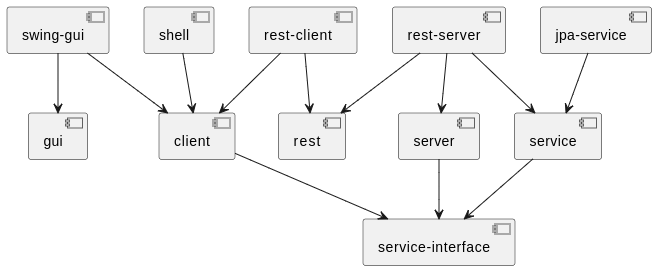
The PlantUML diagram docs/architecture/module-diagram.png in greifentor/carp-bm, before a commit. Its source is kept beside it as docs/architecture/module-diagram.plantuml. The source it was exported from:
```plantuml
@startuml


component client
component gui
component jpaservice as "jpa-service"
component rest
component restclient as "rest-client"
component restserver as "rest-server"
component server
component service
component serviceinterface as "service-interface"
component shell
component swing as "swing-gui"

client --> serviceinterface

jpaservice --> service

restclient --> client
restclient --> rest

restserver --> rest
restserver --> server
restserver --> service

server --> serviceinterface

service --> serviceinterface

shell --> client

swing --> client
swing --> gui

@enduml
```
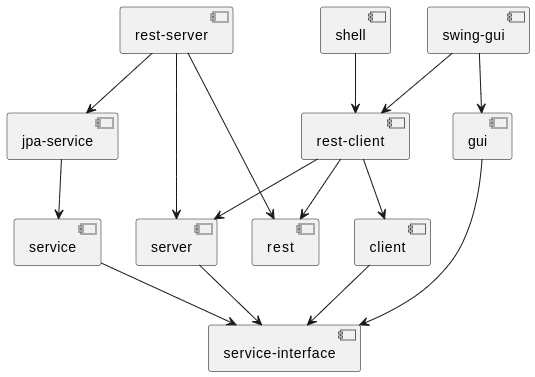
After the change.

The edit, as a diff of the source:
```diff
@@ -15,14 +15,17 @@
 
 client --> serviceinterface
 
+gui --> serviceinterface
+
 jpaservice --> service
 
 restclient --> client
+restclient --> server
 restclient --> rest
 
+restserver --> jpaservice
 restserver --> rest
-restserver --> server
-restserver --> service
+restserver --> serverS
 
 server --> serviceinterface
 
```
